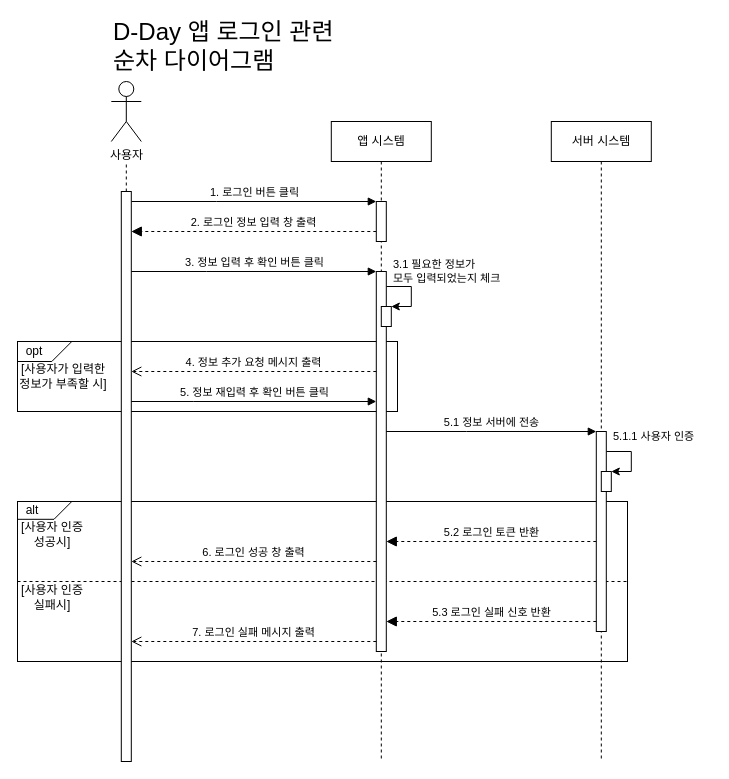
This is sequence diagram - login.drawio from baechuTree/softwareEngineering, a draw.io file, before an edit. Source tidied: cells renumbered, new cells numbered last; positions are measured from the earlier drawing's top-left corner, leaving out a move shared by most shapes. Both pictures are drawn from the tidied source at 100%, with x=0, y=0 at pixel (17, 31).
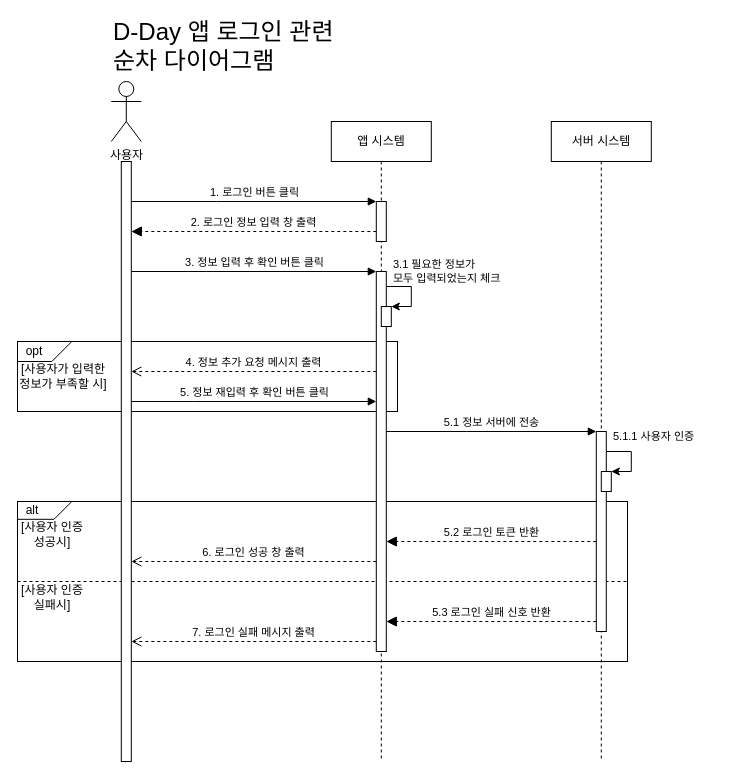
After the change.

The edit, as a diff of the source:
```diff
@@
-    <mxCell id="16" style="endArrow=none;dashed=1;html=1;rounded=0;" parent="1" edge="1" source="17">
-      <mxGeometry relative="1" as="geometry">
-        <mxPoint x="108.8" y="130" as="targetPoint" />
-      </mxGeometry>
-    </mxCell>
     <mxCell id="17" style="html=1;points=[];perimeter=orthogonalPerimeter;outlineConnect=0;targetShapes=umlLifeline;portConstraint=eastwest;newEdgeStyle={&quot;edgeStyle&quot;:&quot;elbowEdgeStyle&quot;,&quot;elbow&quot;:&quot;vertical&quot;,&quot;curved&quot;:0,&quot;rounded&quot;:0};" parent="1" vertex="1">
-      <mxGeometry x="103.8" y="160" width="10" height="570" as="geometry" />
+      <mxGeometry x="103.8" y="130" width="10" height="600" as="geometry" />
     </mxCell>
```
